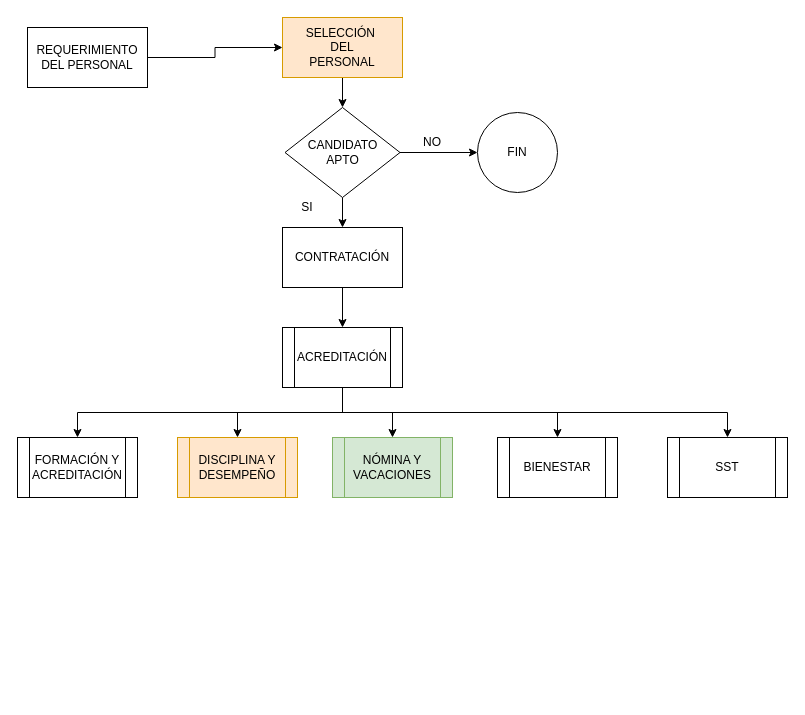
Before: Untitled Diagram.drawio in SeguridadOmega/diagrams, a draw.io diagram. Source tidied: cells renumbered, new cells numbered last; positions are measured from the earlier drawing's top-left corner, leaving out a move shared by most shapes. Both pictures are drawn from the tidied source at 100%, with x=0, y=0 at pixel (17, 17).
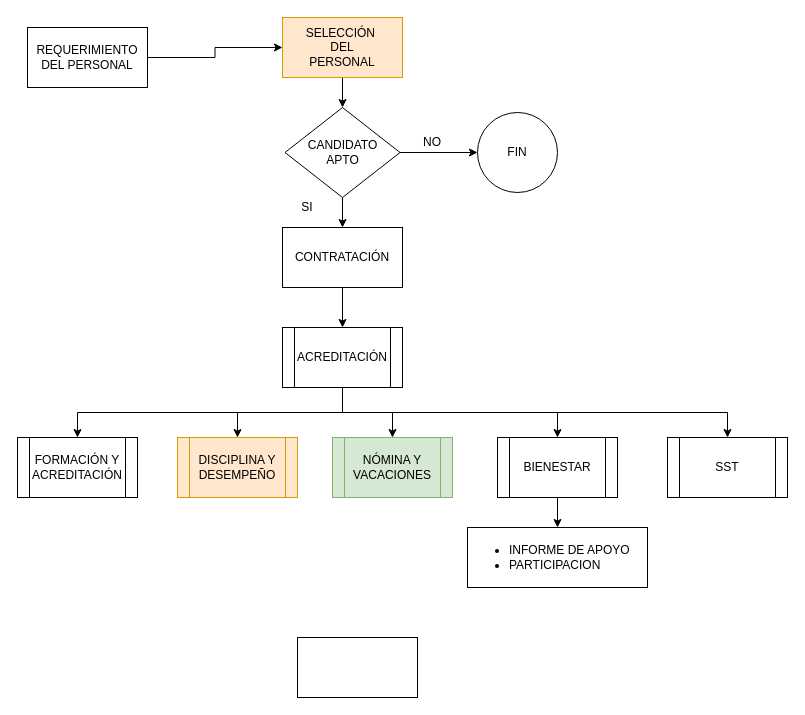
Above is the later version.

Commit message:
Gestión Humana

Unchanged cells that the change refers to:
```xml
<mxCell id="22" value="BIENESTAR" style="shape=process;whiteSpace=wrap;html=1;backgroundOutline=1;" parent="1" vertex="1">
  <mxGeometry x="480" y="420" width="120" height="60" as="geometry" />
</mxCell>
```

Diff of the diagram source:
```diff
@@
+    <mxCell id="25" style="edgeStyle=orthogonalEdgeStyle;rounded=0;jettySize=auto;html=1;exitX=0.5;exitY=1;exitDx=0;exitDy=0;entryX=0.5;entryY=0;entryDx=0;entryDy=0;" parent="1" edge="1" source="22" target="27">
+      <mxGeometry relative="1" as="geometry" />
+    </mxCell>
@@
+    <mxCell id="26" style="rounded=0;whiteSpace=wrap;html=1;" parent="1" vertex="1">
+      <mxGeometry x="280" y="620" width="120" height="60" as="geometry" />
+    </mxCell>
+    <mxCell id="27" value="&lt;ul&gt;&lt;li&gt;INFORME DE APOYO&lt;/li&gt;&lt;li&gt;PARTICIPACION&lt;/li&gt;&lt;/ul&gt;" style="rounded=0;whiteSpace=wrap;html=1;align=left;" parent="1" vertex="1">
+      <mxGeometry x="450" y="510" width="180" height="60" as="geometry" />
+    </mxCell>
```
